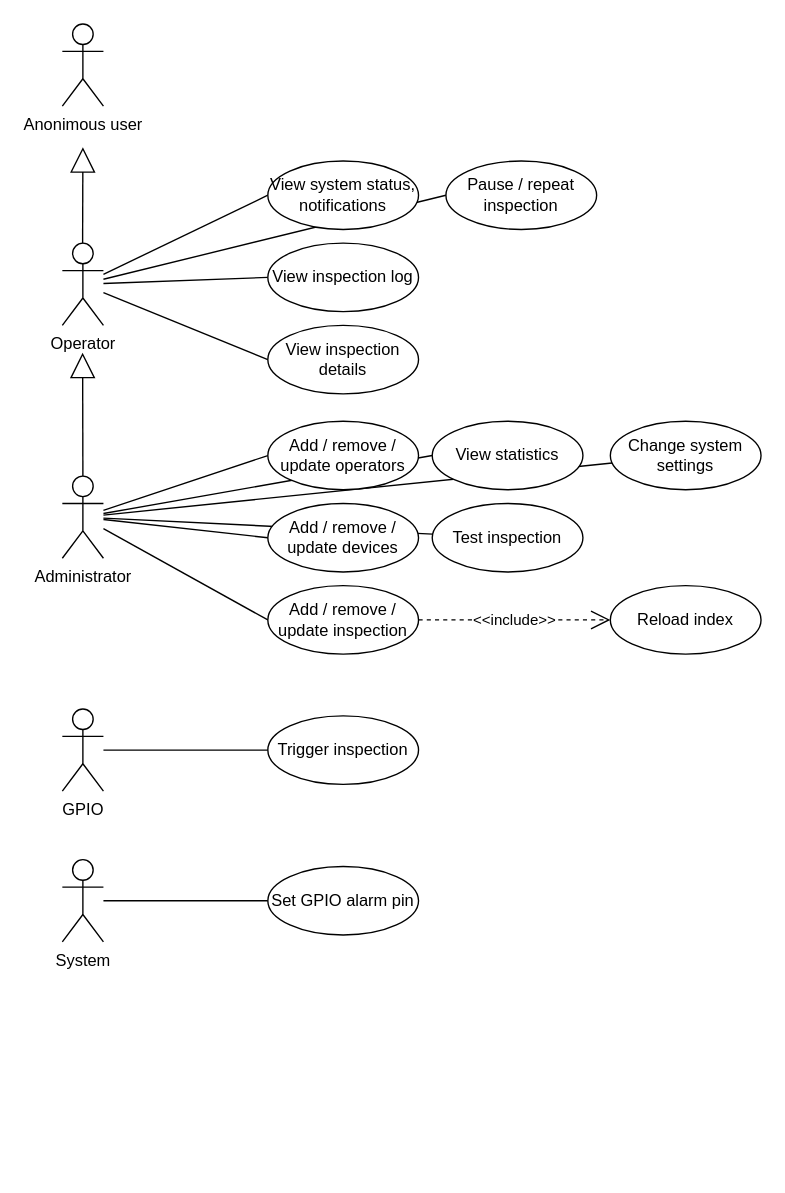
The draw.io diagram page "Use cases" (3 of 5) of design.drawio in ChrnyaevEK/open-aoi, before the edit. Source tidied: cells renumbered, new cells numbered last; positions are measured from the earlier drawing's top-left corner, leaving out a move shared by most shapes. Both pictures are drawn from the tidied source at 137%, with x=0, y=0 at pixel (62, 23).
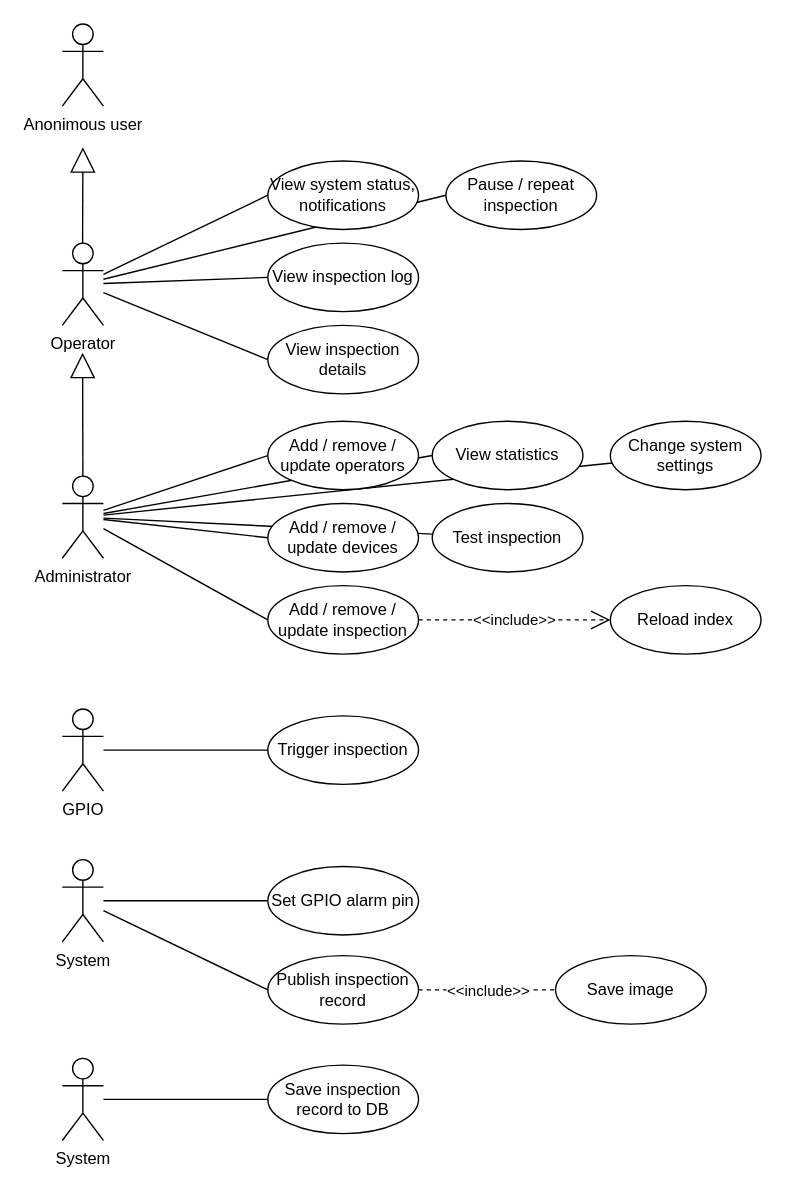
After the change.

Unchanged cells that the change refers to:
```xml
<mxCell id="29" value="System" style="shape=umlActor;verticalLabelPosition=bottom;verticalAlign=top;html=1;strokeColor=default;fillColor=rgb(255, 255, 255);" parent="1" vertex="1">
  <mxGeometry y="610" width="30" height="60" as="geometry" />
</mxCell>
```

What changed in the source:
```diff
@@
+    <mxCell id="35" style="jumpStyle=none;jumpSize=6;html=1;entryX=0;entryY=0.5;entryDx=0;entryDy=0;strokeWidth=1;startArrow=none;startFill=0;endArrow=none;endFill=0;startSize=6;endSize=6;" parent="1" edge="1" source="29" target="38">
+      <mxGeometry relative="1" as="geometry" />
+    </mxCell>
@@
+    <mxCell id="36" style="edgeStyle=none;jumpStyle=none;jumpSize=6;html=1;strokeWidth=1;startArrow=none;startFill=0;endArrow=none;endFill=0;startSize=6;endSize=6;dashed=1;" parent="1" edge="1" source="38" target="39">
+      <mxGeometry relative="1" as="geometry" />
+    </mxCell>
+    <mxCell id="37" value="&amp;lt;&amp;lt;include&amp;gt;&amp;gt;" style="edgeLabel;html=1;align=center;verticalAlign=middle;" parent="36" vertex="1">
+      <mxGeometry x="-0.28" relative="1" as="geometry">
+        <mxPoint x="14" as="offset" />
+      </mxGeometry>
+    </mxCell>
+    <mxCell id="38" value="Publish inspection&lt;br&gt;record" style="ellipse;whiteSpace=wrap;html=1;strokeColor=default;" parent="1" vertex="1">
+      <mxGeometry x="150" y="680" width="110" height="50" as="geometry" />
+    </mxCell>
+    <mxCell id="39" value="Save image" style="ellipse;whiteSpace=wrap;html=1;strokeColor=default;" parent="1" vertex="1">
+      <mxGeometry x="360" y="680" width="110" height="50" as="geometry" />
+    </mxCell>
+    <mxCell id="40" value="Save inspection record to DB" style="ellipse;whiteSpace=wrap;html=1;strokeColor=default;" parent="1" vertex="1">
+      <mxGeometry x="150" y="760" width="110" height="50" as="geometry" />
+    </mxCell>
+    <mxCell id="41" style="edgeStyle=none;jumpStyle=none;jumpSize=6;html=1;entryX=0;entryY=0.5;entryDx=0;entryDy=0;strokeWidth=1;startArrow=none;startFill=0;endArrow=none;endFill=0;startSize=6;endSize=6;" parent="1" edge="1" source="42" target="40">
+      <mxGeometry relative="1" as="geometry" />
+    </mxCell>
+    <mxCell id="42" value="System" style="shape=umlActor;verticalLabelPosition=bottom;verticalAlign=top;html=1;strokeColor=default;fillColor=rgb(255, 255, 255);" parent="1" vertex="1">
+      <mxGeometry y="755" width="30" height="60" as="geometry" />
+    </mxCell>
```
